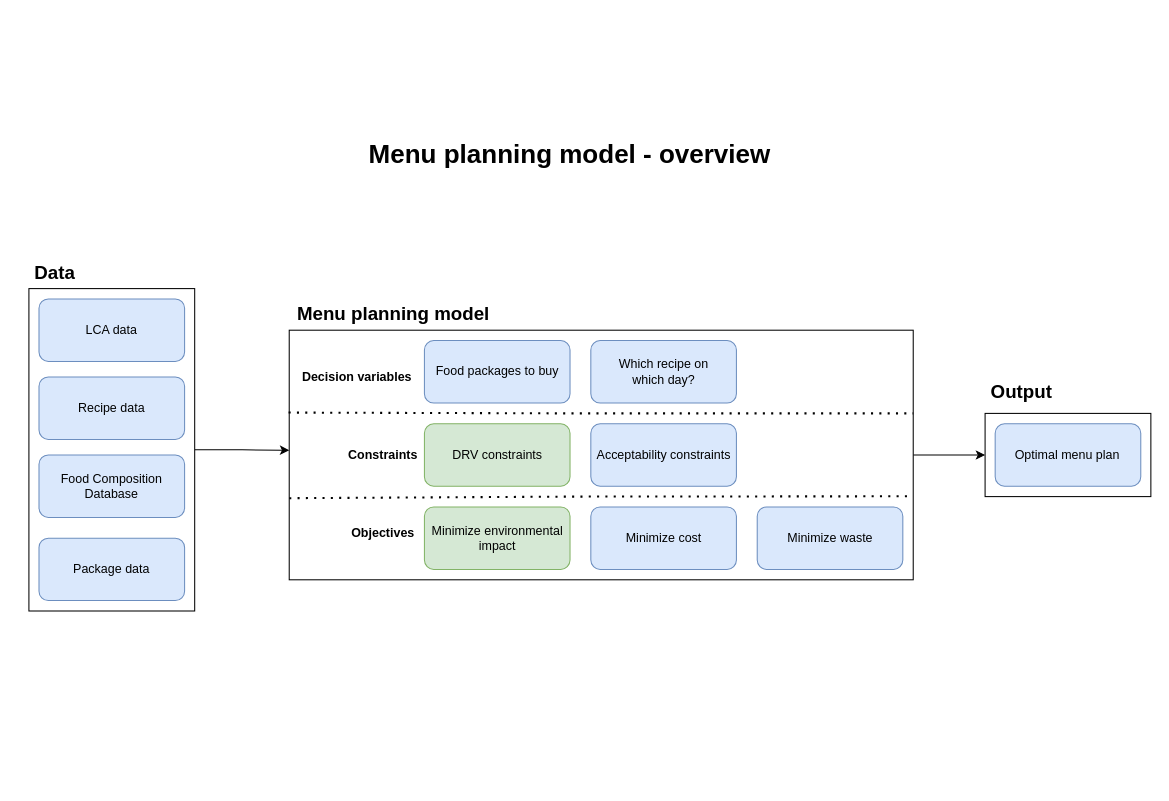
Before: Model results outputs/Model overview.drawio in Maikevr/mpm, a draw.io diagram. Source tidied: cells renumbered, new cells numbered last; positions are measured from the earlier drawing's top-left corner, leaving out a move shared by most shapes. Both pictures are drawn from the tidied source at 104%, with x=0, y=0 at pixel (18, 132).
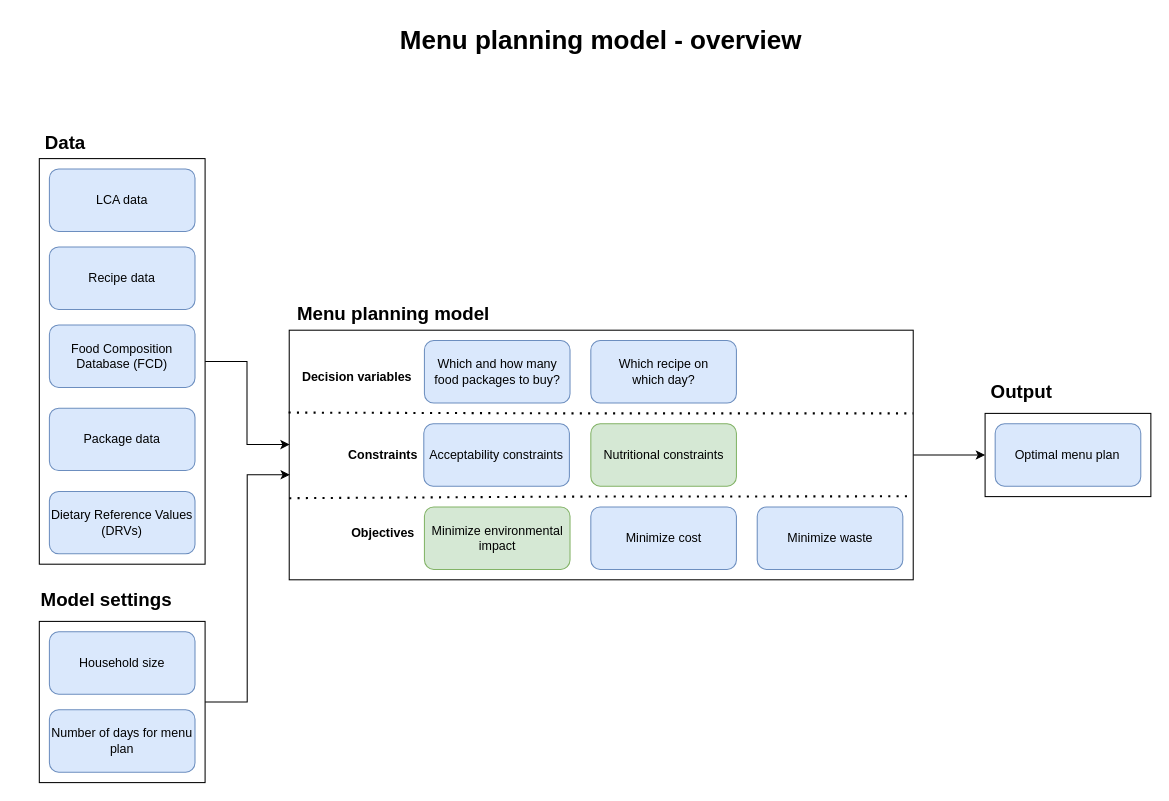
After the change.

The change refers to these unchanged cells:
```xml
<mxCell id="3" style="rounded=0;whiteSpace=wrap;html=1;" parent="1" vertex="1">
  <mxGeometry x="260.6" y="190" width="600" height="240" as="geometry" />
</mxCell>
```

Diff of the diagram source:
```diff
@@
     <mxCell id="4" value="&lt;font style=&quot;font-size: 25px;&quot;&gt;&lt;b&gt;Menu planning model - overview&lt;br&gt;&lt;/b&gt;&lt;/font&gt;" style="text;html=1;align=center;verticalAlign=middle;strokeColor=none;fillColor=none;" parent="1" vertex="1">
-      <mxGeometry x="325" width="410" height="40" as="geometry" />
+      <mxGeometry x="355" y="-110" width="410" height="40" as="geometry" />
     </mxCell>
-    <mxCell id="5" value="DRV constraints" style="rounded=1;whiteSpace=wrap;html=1;fillColor=#d5e8d4;strokeColor=#82b366;" parent="1" vertex="1">
-      <mxGeometry x="390.6" y="280" width="140" height="60" as="geometry" />
+    <mxCell id="5" value="Nutritional constraints" style="rounded=1;whiteSpace=wrap;html=1;fillColor=#d5e8d4;strokeColor=#82b366;" parent="1" vertex="1">
+      <mxGeometry x="550.6" y="280" width="140" height="60" as="geometry" />
     </mxCell>
@@
     <mxCell id="7" value="Acceptability constraints" style="rounded=1;whiteSpace=wrap;html=1;fillColor=#dae8fc;strokeColor=#6c8ebf;" parent="1" vertex="1">
-      <mxGeometry x="550.6" y="280" width="140" height="60" as="geometry" />
+      <mxGeometry x="390" y="280" width="140" height="60" as="geometry" />
     </mxCell>
@@
-    <mxCell id="13" value="Food packages to buy" style="rounded=1;whiteSpace=wrap;html=1;fillColor=#dae8fc;strokeColor=#6c8ebf;" parent="1" vertex="1">
+    <mxCell id="13" value="Which and how many food packages to buy?" style="rounded=1;whiteSpace=wrap;html=1;fillColor=#dae8fc;strokeColor=#6c8ebf;" parent="1" vertex="1">
       <mxGeometry x="390.6" y="200" width="140" height="60" as="geometry" />
     </mxCell>
@@
-    <mxCell id="18" style="edgeStyle=orthogonalEdgeStyle;rounded=0;jettySize=auto;html=1;entryX=0;entryY=0.481;entryDx=0;entryDy=0;entryPerimeter=0;fontSize=18;" parent="1" edge="1" source="19" target="3">
-      <mxGeometry relative="1" as="geometry" />
+    <mxCell id="18" style="edgeStyle=orthogonalEdgeStyle;rounded=0;jettySize=auto;html=1;fontSize=18;" parent="1" edge="1" source="19">
+      <mxGeometry relative="1" as="geometry">
+        <mxPoint x="261" y="300" as="targetPoint" />
+        <Array as="points">
+          <mxPoint x="220" y="220" />
+          <mxPoint x="220" y="300" />
+        </Array>
+      </mxGeometry>
     </mxCell>
     <mxCell id="19" style="rounded=0;whiteSpace=wrap;html=1;" parent="1" vertex="1">
-      <mxGeometry x="10.3" y="150" width="159.4" height="310" as="geometry" />
+      <mxGeometry x="20.3" y="25" width="159.4" height="390" as="geometry" />
     </mxCell>
     <mxCell id="20" value="Data" style="text;html=1;strokeColor=none;fillColor=none;align=center;verticalAlign=middle;whiteSpace=wrap;rounded=0;fontStyle=1;horizontal=1;fontSize=18;" parent="1" vertex="1">
-      <mxGeometry y="120" width="70.6" height="30" as="geometry" />
+      <mxGeometry x="10" y="-5" width="70.6" height="30" as="geometry" />
     </mxCell>
     <mxCell id="21" value="LCA data" style="rounded=1;whiteSpace=wrap;html=1;fillColor=#dae8fc;strokeColor=#6c8ebf;" parent="1" vertex="1">
-      <mxGeometry x="20" y="160" width="140" height="60" as="geometry" />
+      <mxGeometry x="30" y="35" width="140" height="60" as="geometry" />
     </mxCell>
     <mxCell id="22" value="Recipe data" style="rounded=1;whiteSpace=wrap;html=1;fillColor=#dae8fc;strokeColor=#6c8ebf;" parent="1" vertex="1">
-      <mxGeometry x="20" y="235" width="140" height="60" as="geometry" />
+      <mxGeometry x="30" y="110" width="140" height="60" as="geometry" />
     </mxCell>
-    <mxCell id="23" value="Food Composition Database" style="rounded=1;whiteSpace=wrap;html=1;fillColor=#dae8fc;strokeColor=#6c8ebf;" parent="1" vertex="1">
-      <mxGeometry x="20" y="310" width="140" height="60" as="geometry" />
+    <mxCell id="23" value="Food Composition Database (FCD)" style="rounded=1;whiteSpace=wrap;html=1;fillColor=#dae8fc;strokeColor=#6c8ebf;" parent="1" vertex="1">
+      <mxGeometry x="30" y="185" width="140" height="60" as="geometry" />
     </mxCell>
     <mxCell id="24" value="Package data" style="rounded=1;whiteSpace=wrap;html=1;fillColor=#dae8fc;strokeColor=#6c8ebf;" parent="1" vertex="1">
-      <mxGeometry x="20" y="390" width="140" height="60" as="geometry" />
+      <mxGeometry x="30" y="265" width="140" height="60" as="geometry" />
     </mxCell>
@@
+    <mxCell id="28" value="Dietary Reference Values (DRVs)" style="rounded=1;whiteSpace=wrap;html=1;fillColor=#dae8fc;strokeColor=#6c8ebf;" parent="1" vertex="1">
+      <mxGeometry x="30" y="345" width="140" height="60" as="geometry" />
+    </mxCell>
+    <mxCell id="29" style="edgeStyle=orthogonalEdgeStyle;rounded=0;jettySize=auto;html=1;entryX=0.001;entryY=0.579;entryDx=0;entryDy=0;entryPerimeter=0;" parent="1" edge="1" source="30" target="3">
+      <mxGeometry relative="1" as="geometry" />
+    </mxCell>
+    <mxCell id="30" style="rounded=0;whiteSpace=wrap;html=1;" parent="1" vertex="1">
+      <mxGeometry x="20.3" y="470" width="159.4" height="155" as="geometry" />
+    </mxCell>
+    <mxCell id="31" value="Household size" style="rounded=1;whiteSpace=wrap;html=1;fillColor=#dae8fc;strokeColor=#6c8ebf;" parent="1" vertex="1">
+      <mxGeometry x="30" y="480" width="140" height="60" as="geometry" />
+    </mxCell>
+    <mxCell id="32" value="Model settings" style="text;html=1;strokeColor=none;fillColor=none;align=center;verticalAlign=middle;whiteSpace=wrap;rounded=0;fontStyle=1;horizontal=1;fontSize=18;" parent="1" vertex="1">
+      <mxGeometry x="20.3" y="435" width="130" height="30" as="geometry" />
+    </mxCell>
+    <mxCell id="33" value="Number of days for menu plan" style="rounded=1;whiteSpace=wrap;html=1;fillColor=#dae8fc;strokeColor=#6c8ebf;" parent="1" vertex="1">
+      <mxGeometry x="30" y="555" width="140" height="60" as="geometry" />
+    </mxCell>
```
